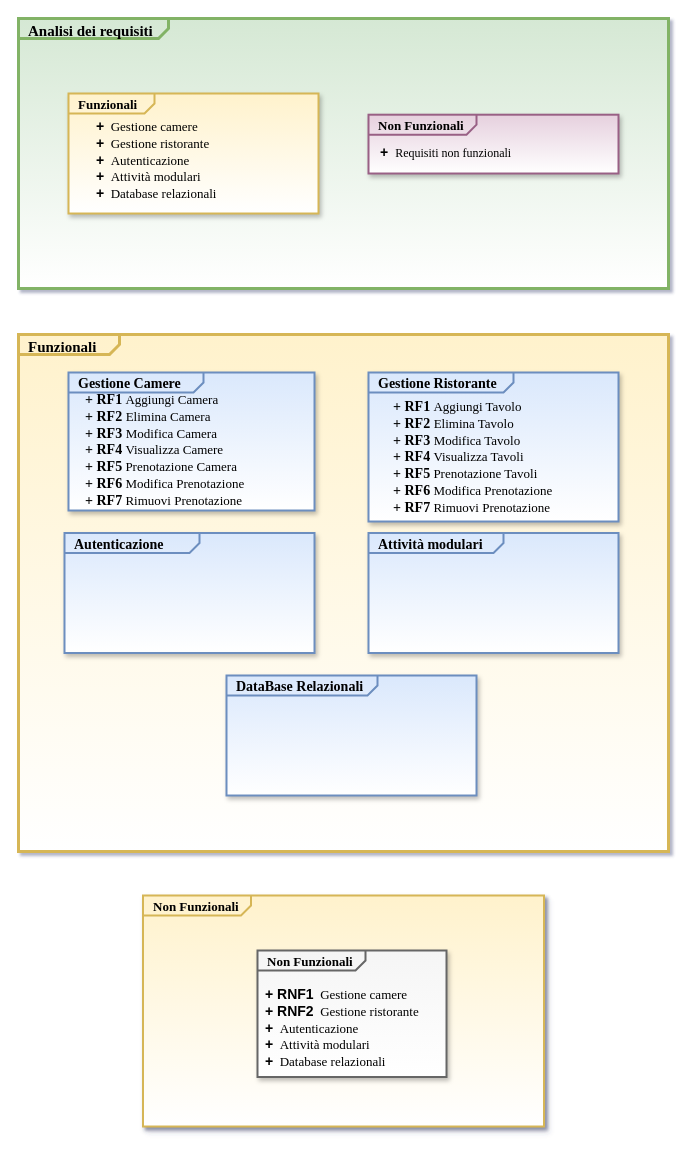
Earlier version of the draw.io diagram analisi_dei_requisiti.drawio (Raccispini/Progetto-Hotel). Source tidied: cells renumbered, new cells numbered last; positions are measured from the earlier drawing's top-left corner, leaving out a move shared by most shapes. Both pictures are drawn from the tidied source at 100%, with x=0, y=0 at pixel (18, 18).
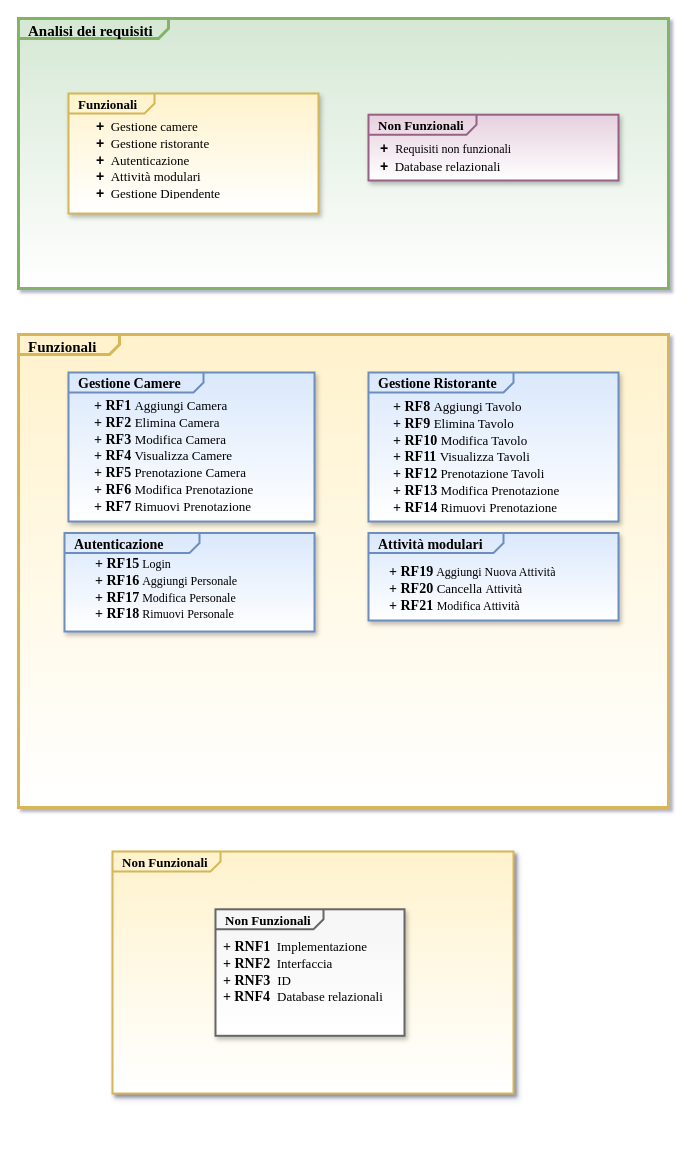
After the change.

The edit, as a diff of the source:
```diff
@@
 <mxGraphModel shadow="1">
   <root>
     <mxCell id="0" />
     <mxCell id="1" parent="0" />
     <mxCell id="2" value="&lt;p style=&quot;margin: 0px ; margin-top: 4px ; margin-left: 10px ; text-align: left&quot;&gt;&lt;b&gt;&lt;font face=&quot;Times New Roman&quot; style=&quot;font-size: 15px&quot;&gt;Analisi dei requisiti&lt;/font&gt;&lt;/b&gt;&lt;/p&gt;" style="html=1;shape=mxgraph.sysml.package;align=left;spacingLeft=5;verticalAlign=top;spacingTop=-3;labelX=150;html=1;overflow=fill;strokeColor=#82b366;strokeWidth=3;fillColor=#d5e8d4;gradientColor=#FFFFFF;" parent="1" vertex="1">
       <mxGeometry width="650" height="270" as="geometry" />
     </mxCell>
     <mxCell id="3" value="&lt;p style=&quot;margin: 0px ; margin-top: 4px ; margin-left: 10px ; text-align: left&quot;&gt;&lt;b&gt;&lt;font style=&quot;font-size: 13px&quot; face=&quot;Times New Roman&quot;&gt;Non Funzionali&lt;/font&gt;&lt;/b&gt;&lt;/p&gt;" style="html=1;shape=mxgraph.sysml.package;align=left;spacingLeft=5;verticalAlign=top;spacingTop=-3;labelX=108;html=1;overflow=fill;strokeColor=#996185;strokeWidth=2;fontSize=12;fillColor=#e6d0de;shadow=1;gradientColor=#FFFFFF;" parent="1" vertex="1">
-      <mxGeometry x="350" y="96.2" width="250" height="58.8" as="geometry" />
+      <mxGeometry x="350" y="96.2" width="250" height="65.8" as="geometry" />
     </mxCell>
     <mxCell id="4" value="&lt;p style=&quot;margin: 0px ; margin-top: 4px ; margin-left: 10px ; text-align: left&quot;&gt;&lt;b&gt;&lt;font face=&quot;Times New Roman&quot; style=&quot;font-size: 13px&quot;&gt;Funzionali&lt;/font&gt;&lt;/b&gt;&lt;/p&gt;" style="html=1;shape=mxgraph.sysml.package;align=left;spacingLeft=5;verticalAlign=top;spacingTop=-3;labelX=86;html=1;overflow=fill;fontSize=12;strokeColor=#d6b656;fillColor=#fff2cc;strokeWidth=2;shadow=1;gradientColor=#FFFFFF;" parent="1" vertex="1">
       <mxGeometry x="50" y="75" width="250" height="120" as="geometry" />
     </mxCell>
-    <mxCell id="5" value="&lt;font&gt;&lt;font&gt;&lt;b&gt;&lt;font style=&quot;font-size: 14px&quot;&gt;+&lt;/font&gt;&lt;font face=&quot;Times New Roman&quot; style=&quot;font-size: 13px&quot;&gt;&amp;nbsp;&amp;nbsp;&lt;/font&gt;&lt;/b&gt;&lt;/font&gt;&lt;span style=&quot;font-size: 13px ; font-family: &amp;#34;times new roman&amp;#34;&quot;&gt;Gestione camere&lt;/span&gt;&lt;br&gt;&lt;b&gt;&lt;font style=&quot;font-size: 14px&quot;&gt;+&lt;/font&gt;&lt;/b&gt;&lt;span style=&quot;font-size: 13px ; font-family: &amp;#34;times new roman&amp;#34;&quot;&gt;&amp;nbsp;&lt;/span&gt;&lt;span style=&quot;font-size: 13px ; font-family: &amp;#34;times new roman&amp;#34;&quot;&gt;&amp;nbsp;Gestione ristorante&lt;/span&gt;&lt;br&gt;&lt;b&gt;&lt;font style=&quot;font-size: 14px&quot;&gt;+&lt;/font&gt;&lt;/b&gt;&lt;span style=&quot;font-size: 13px ; font-family: &amp;#34;times new roman&amp;#34;&quot;&gt;&amp;nbsp;&amp;nbsp;&lt;/span&gt;&lt;span style=&quot;font-size: 13px ; font-family: &amp;#34;times new roman&amp;#34;&quot;&gt;Autenticazione&lt;/span&gt;&lt;br&gt;&lt;b&gt;&lt;font style=&quot;font-size: 14px&quot;&gt;+&lt;/font&gt;&lt;/b&gt;&lt;span style=&quot;font-size: 13px ; font-family: &amp;#34;times new roman&amp;#34;&quot;&gt;&amp;nbsp;&lt;/span&gt;&lt;span style=&quot;font-size: 13px ; font-family: &amp;#34;times new roman&amp;#34;&quot;&gt;&amp;nbsp;Attività modulari&lt;/span&gt;&lt;br&gt;&lt;b&gt;&lt;font style=&quot;font-size: 14px&quot;&gt;+&lt;/font&gt;&lt;/b&gt;&lt;span style=&quot;font-size: 13px ; font-family: &amp;#34;times new roman&amp;#34;&quot;&gt;&amp;nbsp;&lt;/span&gt;&lt;span style=&quot;font-size: 13px ; font-family: &amp;#34;times new roman&amp;#34;&quot;&gt;&amp;nbsp;Database relazionali&lt;/span&gt;&lt;/font&gt;" style="text;strokeColor=none;fillColor=none;html=1;whiteSpace=wrap;verticalAlign=middle;overflow=hidden;" parent="1" vertex="1">
+    <mxCell id="5" value="&lt;font style=&quot;font-size: 14px&quot;&gt;&lt;font&gt;&lt;b&gt;&lt;font style=&quot;font-size: 14px&quot;&gt;+&lt;/font&gt;&lt;font face=&quot;Times New Roman&quot; style=&quot;font-size: 13px&quot;&gt;&amp;nbsp;&amp;nbsp;&lt;/font&gt;&lt;/b&gt;&lt;/font&gt;&lt;span style=&quot;font-size: 13px ; font-family: &amp;#34;times new roman&amp;#34;&quot;&gt;Gestione camere&lt;/span&gt;&lt;br&gt;&lt;b&gt;&lt;font style=&quot;font-size: 14px&quot;&gt;+&lt;/font&gt;&lt;/b&gt;&lt;span style=&quot;font-size: 13px ; font-family: &amp;#34;times new roman&amp;#34;&quot;&gt;&amp;nbsp;&lt;/span&gt;&lt;span style=&quot;font-size: 13px ; font-family: &amp;#34;times new roman&amp;#34;&quot;&gt;&amp;nbsp;Gestione ristorante&lt;/span&gt;&lt;br&gt;&lt;b&gt;&lt;font style=&quot;font-size: 14px&quot;&gt;+&lt;/font&gt;&lt;/b&gt;&lt;span style=&quot;font-size: 13px ; font-family: &amp;#34;times new roman&amp;#34;&quot;&gt;&amp;nbsp;&amp;nbsp;&lt;/span&gt;&lt;span style=&quot;font-size: 13px ; font-family: &amp;#34;times new roman&amp;#34;&quot;&gt;Autenticazione&lt;/span&gt;&lt;br&gt;&lt;b&gt;&lt;font style=&quot;font-size: 14px&quot;&gt;+&lt;/font&gt;&lt;/b&gt;&lt;span style=&quot;font-size: 13px ; font-family: &amp;#34;times new roman&amp;#34;&quot;&gt;&amp;nbsp;&lt;/span&gt;&lt;span style=&quot;font-family: &amp;#34;times new roman&amp;#34; ; font-size: 13px&quot;&gt;&amp;nbsp;Attività modulari&lt;br&gt;&lt;/span&gt;&lt;b&gt;+&lt;/b&gt;&lt;span style=&quot;font-size: 13px ; font-family: &amp;#34;times new roman&amp;#34;&quot;&gt;&amp;nbsp;&lt;/span&gt;&lt;span style=&quot;font-family: &amp;#34;times new roman&amp;#34; ; font-size: 13px&quot;&gt;&amp;nbsp;Gestione Dipendente&lt;br&gt;&lt;/span&gt;&lt;/font&gt;" style="text;strokeColor=none;fillColor=none;html=1;whiteSpace=wrap;verticalAlign=middle;overflow=hidden;" parent="1" vertex="1">
       <mxGeometry x="76" y="97.5" width="160" height="85" as="geometry" />
     </mxCell>
-    <mxCell id="6" value="&lt;b style=&quot;font-size: 14px&quot;&gt;+&lt;font face=&quot;Times New Roman&quot;&gt;&amp;nbsp;&amp;nbsp;&lt;/font&gt;&lt;/b&gt;&lt;span style=&quot;font-family: &amp;#34;times new roman&amp;#34;&quot;&gt;Requisiti non funzionali&lt;/span&gt;&lt;br&gt;&lt;div&gt;&lt;br&gt;&lt;/div&gt;" style="text;html=1;whiteSpace=wrap;verticalAlign=middle;overflow=hidden;" parent="1" vertex="1">
-      <mxGeometry x="360" y="123" width="180" height="30" as="geometry" />
+    <mxCell id="6" value="&lt;b style=&quot;font-size: 14px&quot;&gt;+&lt;font face=&quot;Times New Roman&quot;&gt;&amp;nbsp;&amp;nbsp;&lt;/font&gt;&lt;/b&gt;&lt;span style=&quot;font-family: &amp;#34;times new roman&amp;#34;&quot;&gt;Requisiti non funzionali&lt;/span&gt;&lt;br&gt;&lt;div&gt;&lt;b&gt;&lt;font style=&quot;font-size: 14px&quot;&gt;+&lt;/font&gt;&lt;/b&gt;&lt;span style=&quot;font-size: 13px ; font-family: &amp;#34;times new roman&amp;#34;&quot;&gt;&amp;nbsp;&lt;/span&gt;&lt;span style=&quot;font-size: 13px ; font-family: &amp;#34;times new roman&amp;#34;&quot;&gt;&amp;nbsp;Database relazionali&lt;/span&gt;&lt;br&gt;&lt;/div&gt;" style="text;html=1;whiteSpace=wrap;verticalAlign=middle;overflow=hidden;" parent="1" vertex="1">
+      <mxGeometry x="360" y="119" width="180" height="39" as="geometry" />
     </mxCell>
     <mxCell id="7" value="&lt;p style=&quot;margin: 0px ; margin-top: 4px ; margin-left: 10px ; text-align: left&quot;&gt;&lt;b&gt;&lt;font style=&quot;font-size: 15px&quot; face=&quot;Times New Roman&quot;&gt;Funzionali&lt;/font&gt;&lt;/b&gt;&lt;/p&gt;" style="html=1;shape=mxgraph.sysml.package;align=left;spacingLeft=5;verticalAlign=top;spacingTop=0;labelX=101;html=1;overflow=fill;strokeColor=#d6b656;fillColor=#fff2cc;strokeWidth=3;noLabel=0;gradientColor=#FFFFFF;" parent="1" vertex="1">
-      <mxGeometry y="316" width="650" height="517" as="geometry" />
+      <mxGeometry y="316" width="650" height="473" as="geometry" />
     </mxCell>
     <mxCell id="8" value="&lt;p style=&quot;margin: 0px ; margin-top: 4px ; margin-left: 10px ; text-align: left&quot;&gt;&lt;b&gt;&lt;font style=&quot;font-size: 14px&quot; face=&quot;Times New Roman&quot;&gt;Gestione Camere&lt;/font&gt;&lt;/b&gt;&lt;/p&gt;" style="html=1;shape=mxgraph.sysml.package;align=left;spacingLeft=5;verticalAlign=top;spacingTop=-3;labelX=135;html=1;overflow=fill;strokeColor=#6c8ebf;strokeWidth=2;fontSize=12;fillColor=#dae8fc;shadow=1;gradientColor=#FFFFFF;" parent="1" vertex="1">
-      <mxGeometry x="50" y="354" width="246" height="138" as="geometry" />
+      <mxGeometry x="50" y="354" width="246" height="149" as="geometry" />
     </mxCell>
     <mxCell id="9" value="&lt;p style=&quot;margin: 0px ; margin-top: 4px ; margin-left: 10px ; text-align: left&quot;&gt;&lt;b&gt;&lt;font style=&quot;font-size: 14px&quot; face=&quot;Times New Roman&quot;&gt;Gestione Ristorante&lt;/font&gt;&lt;/b&gt;&lt;/p&gt;" style="html=1;shape=mxgraph.sysml.package;align=left;spacingLeft=5;verticalAlign=top;spacingTop=-3;labelX=145;html=1;overflow=fill;strokeColor=#6c8ebf;strokeWidth=2;fontSize=12;fillColor=#dae8fc;shadow=1;gradientColor=#FFFFFF;" parent="1" vertex="1">
       <mxGeometry x="350" y="354" width="250" height="149" as="geometry" />
     </mxCell>
     <mxCell id="10" value="&lt;font&gt;&lt;font&gt;&lt;font style=&quot;font-weight: bold ; font-size: 14px&quot;&gt;+ RF1&lt;/font&gt;&lt;font style=&quot;font-size: 13px&quot;&gt;&lt;b&gt;&amp;nbsp;&lt;/b&gt;Aggiungi Camera&lt;br&gt;&lt;/font&gt;&lt;/font&gt;&lt;span style=&quot;font-size: 14px ; font-weight: 700&quot;&gt;+ RF2 &lt;/span&gt;&lt;font style=&quot;font-size: 13px&quot;&gt;Elimina Camera&lt;/font&gt;&lt;br&gt;&lt;span style=&quot;font-size: 14px ; font-weight: 700&quot;&gt;+ RF3 &lt;/span&gt;&lt;font style=&quot;font-size: 13px&quot;&gt;Modifica Camera&lt;/font&gt;&lt;br&gt;&lt;b&gt;&lt;font style=&quot;font-size: 14px&quot;&gt;+ RF4&lt;/font&gt;&lt;/b&gt;&lt;span style=&quot;font-size: 13px&quot;&gt;&amp;nbsp;&lt;/span&gt;&lt;span style=&quot;font-size: 13px&quot;&gt;Visualizza Camere&lt;/span&gt;&lt;br&gt;&lt;b&gt;&lt;font style=&quot;font-size: 14px&quot;&gt;+ RF5&lt;/font&gt;&lt;/b&gt;&lt;span style=&quot;font-size: 13px&quot;&gt;&amp;nbsp;Prenotazione Camera&lt;/span&gt;&lt;br&gt;&lt;b&gt;&lt;font style=&quot;font-size: 14px&quot;&gt;+ RF6&lt;/font&gt;&lt;/b&gt;&lt;span style=&quot;font-size: 13px&quot;&gt;&amp;nbsp;&lt;/span&gt;&lt;span style=&quot;font-size: 13px&quot;&gt;Modifica Prenotazione&lt;/span&gt;&lt;br&gt;&lt;b&gt;&lt;font style=&quot;font-size: 14px&quot;&gt;+ RF7&lt;/font&gt;&lt;/b&gt;&lt;span style=&quot;font-size: 13px&quot;&gt;&amp;nbsp;&lt;/span&gt;&lt;span style=&quot;font-size: 13px&quot;&gt;Rimuovi Prenotazione&lt;/span&gt;&lt;/font&gt;" style="text;strokeColor=none;fillColor=none;html=1;whiteSpace=wrap;verticalAlign=middle;overflow=hidden;fontFamily=Times New Roman;" parent="1" vertex="1">
-      <mxGeometry x="65" y="371.5" width="220" height="120.5" as="geometry" />
+      <mxGeometry x="74" y="377.5" width="220" height="120.5" as="geometry" />
     </mxCell>
     <mxCell id="11" value="&lt;p style=&quot;margin: 0px ; margin-top: 4px ; margin-left: 10px ; text-align: left&quot;&gt;&lt;b&gt;&lt;font style=&quot;font-size: 14px&quot; face=&quot;Times New Roman&quot;&gt;Autenticazione&lt;/font&gt;&lt;/b&gt;&lt;/p&gt;" style="html=1;shape=mxgraph.sysml.package;align=left;spacingLeft=5;verticalAlign=top;spacingTop=-3;labelX=135;html=1;overflow=fill;strokeColor=#6c8ebf;strokeWidth=2;fontSize=12;fillColor=#dae8fc;shadow=1;gradientColor=#FFFFFF;" parent="1" vertex="1">
-      <mxGeometry x="46" y="514.5" width="250" height="120" as="geometry" />
+      <mxGeometry x="46" y="514.5" width="250" height="98.5" as="geometry" />
     </mxCell>
     <mxCell id="12" value="&lt;p style=&quot;margin: 0px ; margin-top: 4px ; margin-left: 10px ; text-align: left&quot;&gt;&lt;b&gt;&lt;font style=&quot;font-size: 14px&quot; face=&quot;Times New Roman&quot;&gt;Attività modulari&lt;/font&gt;&lt;/b&gt;&lt;/p&gt;" style="html=1;shape=mxgraph.sysml.package;align=left;spacingLeft=5;verticalAlign=top;spacingTop=-3;labelX=135;html=1;overflow=fill;strokeColor=#6c8ebf;strokeWidth=2;fontSize=12;fillColor=#dae8fc;shadow=1;gradientColor=#FFFFFF;" parent="1" vertex="1">
-      <mxGeometry x="350" y="514.5" width="250" height="120" as="geometry" />
+      <mxGeometry x="350" y="514.5" width="250" height="87.5" as="geometry" />
     </mxCell>
-    <mxCell id="13" value="&lt;p style=&quot;margin: 0px ; margin-top: 4px ; margin-left: 10px ; text-align: left&quot;&gt;&lt;b&gt;&lt;font style=&quot;font-size: 14px&quot; face=&quot;Times New Roman&quot;&gt;DataBase Relazionali&lt;/font&gt;&lt;/b&gt;&lt;/p&gt;" style="html=1;shape=mxgraph.sysml.package;align=left;spacingLeft=5;verticalAlign=top;spacingTop=-3;labelX=151;html=1;overflow=fill;strokeColor=#6c8ebf;strokeWidth=2;fontSize=12;fillColor=#dae8fc;shadow=1;gradientColor=#FFFFFF;" parent="1" vertex="1">
-      <mxGeometry x="208" y="657" width="250" height="120" as="geometry" />
-    </mxCell>
     <mxCell id="14" value="&lt;p style=&quot;margin: 0px ; margin-top: 4px ; margin-left: 10px ; text-align: left&quot;&gt;&lt;b&gt;&lt;font style=&quot;font-size: 13px&quot; face=&quot;Times New Roman&quot;&gt;Non Funzionali&lt;/font&gt;&lt;/b&gt;&lt;/p&gt;" style="html=1;shape=mxgraph.sysml.package;align=left;spacingLeft=5;verticalAlign=top;spacingTop=-3;labelX=108;html=1;overflow=fill;strokeWidth=2;fontSize=12;shadow=1;strokeColor=#d6b656;fillColor=#fff2cc;gradientColor=#FFFFFF;" parent="1" vertex="1">
-      <mxGeometry x="124.5" y="877" width="401" height="231" as="geometry" />
+      <mxGeometry x="94" y="833" width="401" height="242" as="geometry" />
     </mxCell>
     <mxCell id="15" value="&lt;p style=&quot;margin: 0px ; margin-top: 4px ; margin-left: 10px ; text-align: left&quot;&gt;&lt;b&gt;&lt;font style=&quot;font-size: 13px&quot; face=&quot;Times New Roman&quot;&gt;Non Funzionali&lt;/font&gt;&lt;/b&gt;&lt;/p&gt;" style="html=1;shape=mxgraph.sysml.package;align=left;spacingLeft=5;verticalAlign=top;spacingTop=-3;labelX=108;html=1;overflow=fill;strokeWidth=2;fontSize=12;shadow=1;strokeColor=#666666;fillColor=#f5f5f5;gradientColor=#FFFFFF;" parent="1" vertex="1">
-      <mxGeometry x="239" y="932" width="189" height="126.5" as="geometry" />
+      <mxGeometry x="197" y="890.8" width="189" height="126.5" as="geometry" />
     </mxCell>
-    <mxCell id="16" value="&lt;font&gt;&lt;font&gt;&lt;b&gt;&lt;font style=&quot;font-size: 14px&quot;&gt;+ RNF1&lt;/font&gt;&lt;font face=&quot;Times New Roman&quot; style=&quot;font-size: 13px&quot;&gt;&amp;nbsp;&amp;nbsp;&lt;/font&gt;&lt;/b&gt;&lt;/font&gt;&lt;span style=&quot;font-size: 13px ; font-family: &amp;#34;times new roman&amp;#34;&quot;&gt;Gestione camere&lt;/span&gt;&lt;br&gt;&lt;b&gt;&lt;font style=&quot;font-size: 14px&quot;&gt;+ RNF2&lt;/font&gt;&lt;/b&gt;&lt;span style=&quot;font-size: 13px ; font-family: &amp;#34;times new roman&amp;#34;&quot;&gt;&amp;nbsp;&lt;/span&gt;&lt;span style=&quot;font-size: 13px ; font-family: &amp;#34;times new roman&amp;#34;&quot;&gt;&amp;nbsp;Gestione ristorante&lt;/span&gt;&lt;br&gt;&lt;b&gt;&lt;font style=&quot;font-size: 14px&quot;&gt;+&lt;/font&gt;&lt;/b&gt;&lt;span style=&quot;font-size: 13px ; font-family: &amp;#34;times new roman&amp;#34;&quot;&gt;&amp;nbsp;&amp;nbsp;&lt;/span&gt;&lt;span style=&quot;font-size: 13px ; font-family: &amp;#34;times new roman&amp;#34;&quot;&gt;Autenticazione&lt;/span&gt;&lt;br&gt;&lt;b&gt;&lt;font style=&quot;font-size: 14px&quot;&gt;+&lt;/font&gt;&lt;/b&gt;&lt;span style=&quot;font-size: 13px ; font-family: &amp;#34;times new roman&amp;#34;&quot;&gt;&amp;nbsp;&lt;/span&gt;&lt;span style=&quot;font-size: 13px ; font-family: &amp;#34;times new roman&amp;#34;&quot;&gt;&amp;nbsp;Attività modulari&lt;/span&gt;&lt;br&gt;&lt;b&gt;&lt;font style=&quot;font-size: 14px&quot;&gt;+&lt;/font&gt;&lt;/b&gt;&lt;span style=&quot;font-size: 13px ; font-family: &amp;#34;times new roman&amp;#34;&quot;&gt;&amp;nbsp;&lt;/span&gt;&lt;span style=&quot;font-size: 13px ; font-family: &amp;#34;times new roman&amp;#34;&quot;&gt;&amp;nbsp;Database relazionali&lt;/span&gt;&lt;/font&gt;" style="text;strokeColor=none;fillColor=none;html=1;whiteSpace=wrap;verticalAlign=middle;overflow=hidden;" parent="1" vertex="1">
-      <mxGeometry x="245" y="965" width="160" height="85" as="geometry" />
+    <mxCell id="16" value="&lt;font&gt;&lt;font&gt;&lt;font style=&quot;font-weight: bold ; font-size: 14px&quot;&gt;+ RNF1&lt;/font&gt;&lt;font style=&quot;font-weight: bold ; font-size: 13px&quot;&gt;&amp;nbsp; &lt;/font&gt;&lt;font style=&quot;font-size: 13px&quot;&gt;Implementazione&lt;/font&gt;&lt;/font&gt;&lt;br&gt;&lt;b&gt;&lt;font style=&quot;font-size: 14px&quot;&gt;+ RNF2&lt;/font&gt;&lt;/b&gt;&lt;span style=&quot;font-size: 13px;&quot;&gt;&amp;nbsp;&lt;/span&gt;&lt;span style=&quot;font-size: 13px;&quot;&gt;&amp;nbsp;Interfaccia&lt;br&gt;&lt;/span&gt;&lt;font&gt;&lt;b style=&quot;font-size: 14px&quot;&gt;+ RNF3&amp;nbsp; &lt;/b&gt;&lt;font style=&quot;font-size: 13px&quot;&gt;ID&lt;/font&gt;&lt;br&gt;&lt;/font&gt;&lt;b&gt;&lt;font style=&quot;font-size: 14px&quot;&gt;+&lt;/font&gt;&lt;/b&gt;&lt;span style=&quot;font-size: 13px;&quot;&gt;&amp;nbsp;&lt;/span&gt;&lt;b&gt;&lt;font style=&quot;font-size: 14px&quot;&gt;RNF4&amp;nbsp;&amp;nbsp;&lt;/font&gt;&lt;/b&gt;&lt;span style=&quot;font-size: 13px;&quot;&gt;Database relazionali&lt;/span&gt;&lt;br&gt;&lt;/font&gt;" style="text;strokeColor=none;fillColor=none;html=1;whiteSpace=wrap;verticalAlign=middle;overflow=hidden;fontFamily=Times New Roman;" parent="1" vertex="1">
+      <mxGeometry x="203" y="917" width="183" height="74" as="geometry" />
     </mxCell>
-    <mxCell id="17" value="&lt;font&gt;&lt;font&gt;&lt;font style=&quot;font-weight: bold ; font-size: 14px&quot;&gt;+ RF1&lt;/font&gt;&lt;font style=&quot;font-size: 13px&quot;&gt;&lt;b&gt;&amp;nbsp;&lt;/b&gt;Aggiungi Tavolo&lt;br&gt;&lt;/font&gt;&lt;/font&gt;&lt;span style=&quot;font-size: 14px ; font-weight: 700&quot;&gt;+ RF2 &lt;/span&gt;&lt;font style=&quot;font-size: 13px&quot;&gt;Elimina Tavolo&lt;/font&gt;&lt;br&gt;&lt;span style=&quot;font-size: 14px ; font-weight: 700&quot;&gt;+ RF3 &lt;/span&gt;&lt;font style=&quot;font-size: 13px&quot;&gt;Modifica Tavolo&lt;/font&gt;&lt;br&gt;&lt;b&gt;&lt;font style=&quot;font-size: 14px&quot;&gt;+ RF4&lt;/font&gt;&lt;/b&gt;&lt;span style=&quot;font-size: 13px&quot;&gt;&amp;nbsp;&lt;/span&gt;&lt;span style=&quot;font-size: 13px&quot;&gt;Visualizza Tavoli&lt;/span&gt;&lt;br&gt;&lt;b&gt;&lt;font style=&quot;font-size: 14px&quot;&gt;+ RF5&lt;/font&gt;&lt;/b&gt;&lt;span style=&quot;font-size: 13px&quot;&gt;&amp;nbsp;Prenotazione Tavoli&lt;/span&gt;&lt;br&gt;&lt;b&gt;&lt;font style=&quot;font-size: 14px&quot;&gt;+ RF6&lt;/font&gt;&lt;/b&gt;&lt;span style=&quot;font-size: 13px&quot;&gt;&amp;nbsp;&lt;/span&gt;&lt;span style=&quot;font-size: 13px&quot;&gt;Modifica Prenotazione&lt;/span&gt;&lt;br&gt;&lt;b&gt;&lt;font style=&quot;font-size: 14px&quot;&gt;+ RF7&lt;/font&gt;&lt;/b&gt;&lt;span style=&quot;font-size: 13px&quot;&gt;&amp;nbsp;&lt;/span&gt;&lt;span style=&quot;font-size: 13px&quot;&gt;Rimuovi Prenotazione&lt;/span&gt;&lt;/font&gt;" style="text;strokeColor=none;fillColor=none;html=1;whiteSpace=wrap;verticalAlign=middle;overflow=hidden;fontFamily=Times New Roman;" parent="1" vertex="1">
+    <mxCell id="17" value="&lt;font&gt;&lt;font&gt;&lt;font style=&quot;font-weight: bold ; font-size: 14px&quot;&gt;+ RF8&lt;/font&gt;&lt;font style=&quot;font-size: 13px&quot;&gt;&lt;b&gt;&amp;nbsp;&lt;/b&gt;Aggiungi Tavolo&lt;br&gt;&lt;/font&gt;&lt;/font&gt;&lt;span style=&quot;font-size: 14px ; font-weight: 700&quot;&gt;+ RF9&amp;nbsp;&lt;/span&gt;&lt;font style=&quot;font-size: 13px&quot;&gt;Elimina Tavolo&lt;/font&gt;&lt;br&gt;&lt;span style=&quot;font-size: 14px ; font-weight: 700&quot;&gt;+ RF10&amp;nbsp;&lt;/span&gt;&lt;font style=&quot;font-size: 13px&quot;&gt;Modifica Tavolo&lt;/font&gt;&lt;br&gt;&lt;b&gt;&lt;font style=&quot;font-size: 14px&quot;&gt;+ RF11&lt;/font&gt;&lt;/b&gt;&lt;span style=&quot;font-size: 13px&quot;&gt;&amp;nbsp;&lt;/span&gt;&lt;span style=&quot;font-size: 13px&quot;&gt;Visualizza Tavoli&lt;/span&gt;&lt;br&gt;&lt;b&gt;&lt;font style=&quot;font-size: 14px&quot;&gt;+ RF12&lt;/font&gt;&lt;/b&gt;&lt;span style=&quot;font-size: 13px&quot;&gt;&amp;nbsp;Prenotazione Tavoli&lt;/span&gt;&lt;br&gt;&lt;b&gt;&lt;font style=&quot;font-size: 14px&quot;&gt;+ RF13&lt;/font&gt;&lt;/b&gt;&lt;span style=&quot;font-size: 13px&quot;&gt;&amp;nbsp;&lt;/span&gt;&lt;span style=&quot;font-size: 13px&quot;&gt;Modifica Prenotazione&lt;/span&gt;&lt;br&gt;&lt;b&gt;&lt;font style=&quot;font-size: 14px&quot;&gt;+ RF14&lt;/font&gt;&lt;/b&gt;&lt;span style=&quot;font-size: 13px&quot;&gt;&amp;nbsp;&lt;/span&gt;&lt;span style=&quot;font-size: 13px&quot;&gt;Rimuovi Prenotazione&lt;/span&gt;&lt;/font&gt;" style="text;strokeColor=none;fillColor=none;html=1;whiteSpace=wrap;verticalAlign=middle;overflow=hidden;fontFamily=Times New Roman;" parent="1" vertex="1">
       <mxGeometry x="373" y="379" width="220" height="120.5" as="geometry" />
     </mxCell>
+    <mxCell id="18" value="&lt;font&gt;&lt;font style=&quot;font-size: 14px&quot;&gt;&lt;font style=&quot;font-size: 14px&quot;&gt;&lt;b&gt;+ RF15&lt;/b&gt;&lt;/font&gt;&lt;font style=&quot;font-size: 12px&quot;&gt;&lt;span&gt;&amp;nbsp;&lt;/span&gt;Login&lt;br style=&quot;font-size: 12px&quot;&gt;&lt;/font&gt;&lt;/font&gt;&lt;span style=&quot;font-weight: 700&quot;&gt;&lt;font style=&quot;font-size: 14px&quot;&gt;+ RF16&lt;/font&gt;&lt;/span&gt;&lt;span style=&quot;font-size: 12px ; font-weight: 700&quot;&gt;&amp;nbsp;&lt;/span&gt;&lt;font style=&quot;font-size: 12px&quot;&gt;Aggiungi Personale&lt;/font&gt;&lt;br style=&quot;font-size: 12px&quot;&gt;&lt;span style=&quot;font-weight: 700&quot;&gt;&lt;font style=&quot;font-size: 14px&quot;&gt;+ RF17&lt;/font&gt;&lt;/span&gt;&lt;span style=&quot;font-size: 12px ; font-weight: 700&quot;&gt; &lt;/span&gt;&lt;span style=&quot;font-size: 12px&quot;&gt;Modifica Personale&lt;/span&gt;&lt;br style=&quot;font-size: 12px&quot;&gt;&lt;b&gt;&lt;font style=&quot;font-size: 14px&quot;&gt;+ RF18&lt;/font&gt;&lt;/b&gt;&lt;span style=&quot;font-size: 12px&quot;&gt;&amp;nbsp;Rimuovi Personale&lt;/span&gt;&lt;br&gt;&lt;/font&gt;" style="text;strokeColor=none;fillColor=none;html=1;whiteSpace=wrap;verticalAlign=middle;overflow=hidden;fontFamily=Times New Roman;fontSize=12;" parent="1" vertex="1">
+      <mxGeometry x="75" y="532" width="176" height="77" as="geometry" />
+    </mxCell>
+    <mxCell id="19" value="&lt;font&gt;&lt;font&gt;&lt;font style=&quot;font-weight: bold ; font-size: 14px&quot;&gt;+ RF19&lt;/font&gt;&lt;font style=&quot;font-size: 12px&quot;&gt;&lt;b&gt;&amp;nbsp;&lt;/b&gt;Aggiungi Nuova Attività&lt;br&gt;&lt;/font&gt;&lt;/font&gt;&lt;span style=&quot;font-size: 14px ; font-weight: 700&quot;&gt;+ RF20 &lt;/span&gt;&lt;span style=&quot;font-size: 13px&quot;&gt;Cancella&lt;b&gt;&amp;nbsp;&lt;/b&gt;&lt;/span&gt;&lt;font style=&quot;font-size: 12px&quot;&gt;Attività&lt;/font&gt;&lt;br&gt;&lt;span style=&quot;font-size: 14px ; font-weight: 700&quot;&gt;+ RF21&amp;nbsp;&lt;/span&gt;&lt;font style=&quot;font-size: 12px&quot;&gt;Modifica Attività&lt;/font&gt;&lt;br&gt;&lt;br&gt;&lt;br&gt;&lt;/font&gt;" style="text;strokeColor=none;fillColor=none;html=1;whiteSpace=wrap;verticalAlign=middle;overflow=hidden;fontFamily=Times New Roman;" parent="1" vertex="1">
+      <mxGeometry x="369" y="543" width="212" height="55" as="geometry" />
+    </mxCell>
   </root>
 </mxGraphModel>
```
